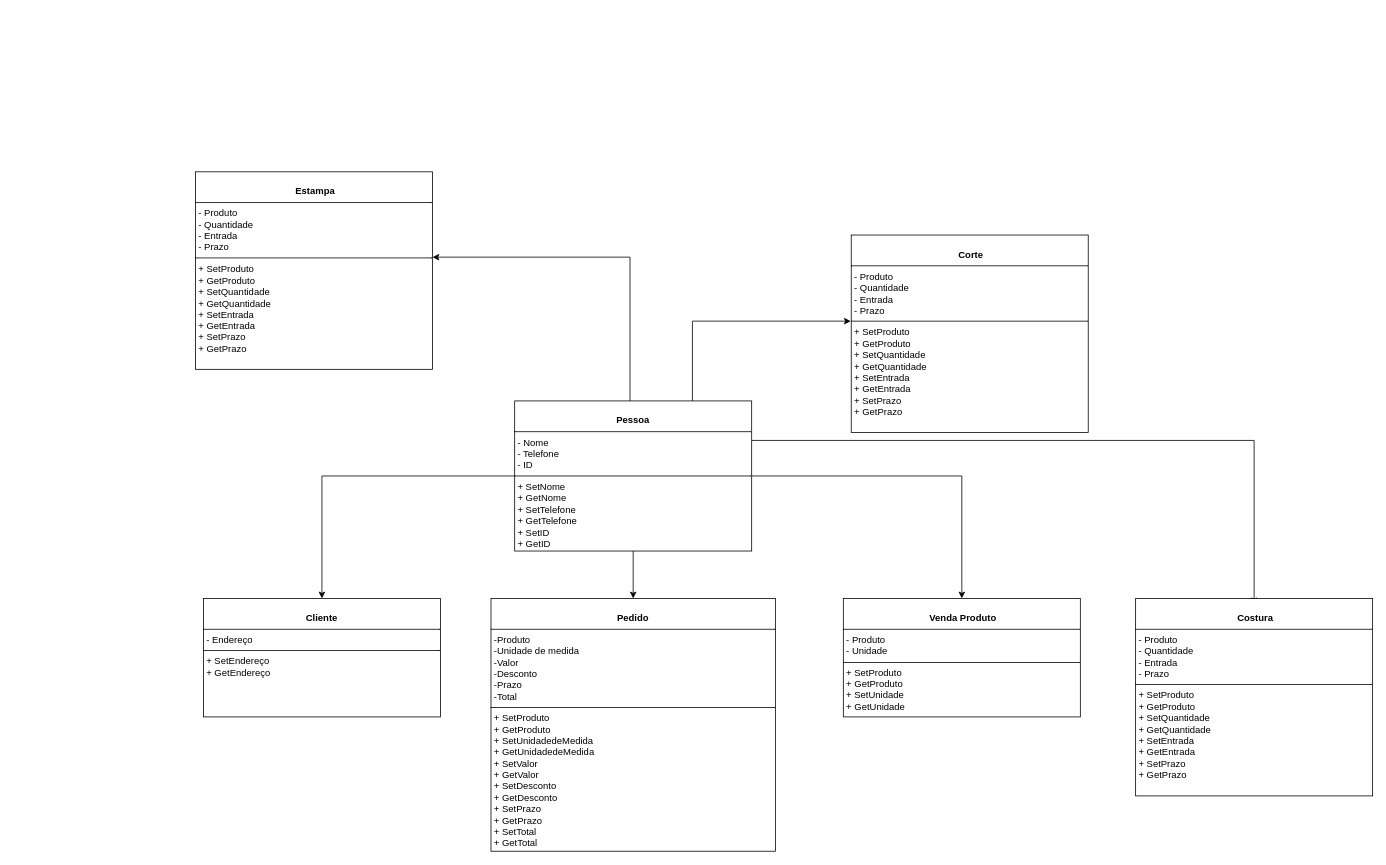
This is page "Página-1" (1 of 3) of DOC/classes.drawio from rafaelareisilva/avatar.app, a draw.io file, before an edit. Source tidied: cells renumbered, new cells numbered last; positions are measured from the earlier drawing's top-left corner, leaving out a move shared by most shapes. Both pictures are drawn from the tidied source at 79%, with x=0, y=0 at pixel (195, 171).
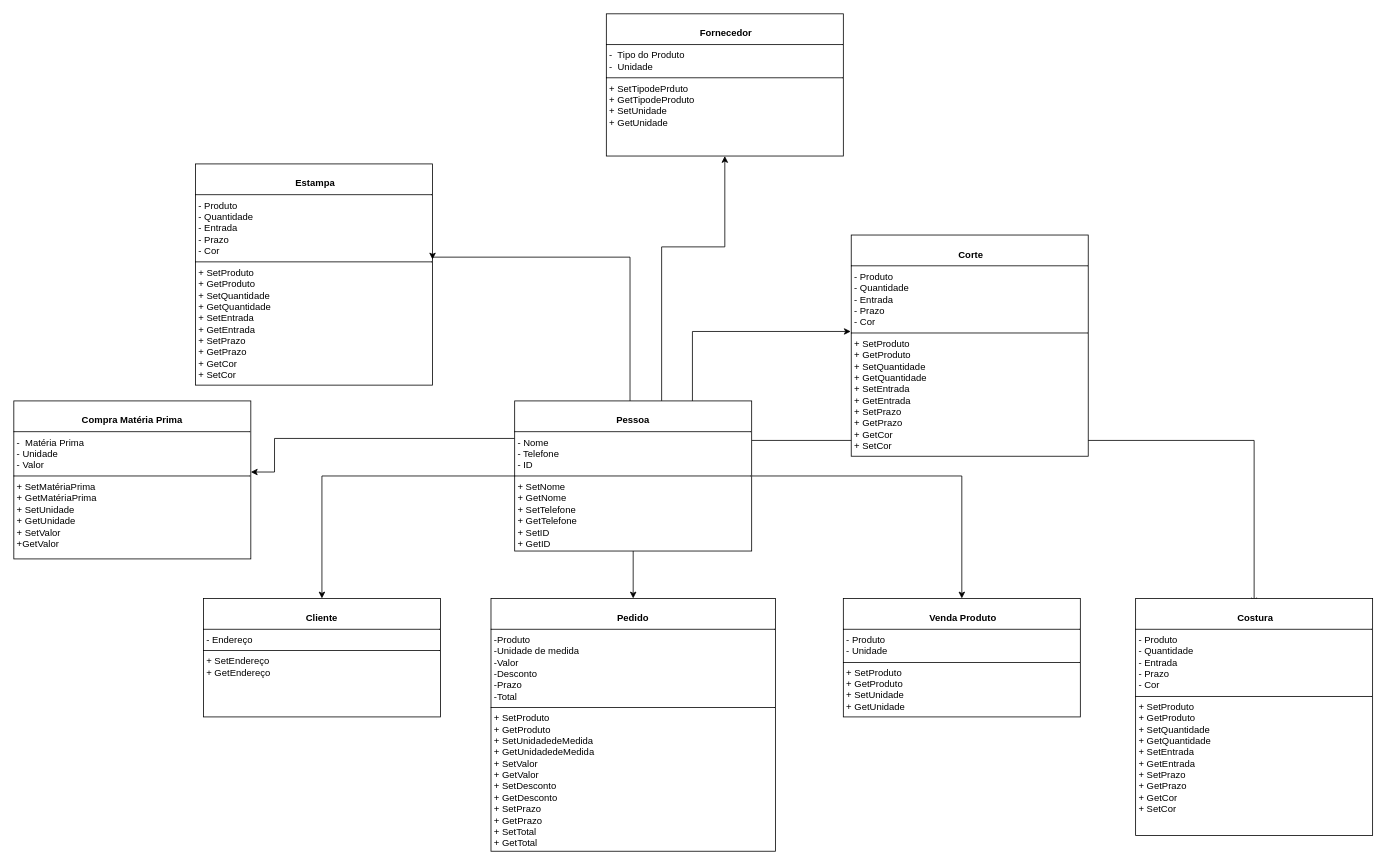
The same diagram, later.

Unchanged cells that the change refers to:
```xml
<mxCell id="6" value="&lt;p style=&quot;margin:0px;margin-top:4px;text-align:center;&quot;&gt;&lt;br&gt;&lt;b&gt;Pessoa&lt;/b&gt;&lt;/p&gt;&lt;hr size=&quot;1&quot; style=&quot;border-style:solid;&quot;&gt;&lt;p style=&quot;margin:0px;margin-left:4px;&quot;&gt;- Nome&lt;/p&gt;&lt;p style=&quot;margin:0px;margin-left:4px;&quot;&gt;- Telefone&lt;/p&gt;&lt;p style=&quot;margin:0px;margin-left:4px;&quot;&gt;- ID&lt;/p&gt;&lt;hr size=&quot;1&quot; style=&quot;border-style:solid;&quot;&gt;&lt;p style=&quot;margin:0px;margin-left:4px;&quot;&gt;+ SetNome&lt;br&gt;+ GetNome&lt;/p&gt;&lt;p style=&quot;margin:0px;margin-left:4px;&quot;&gt;+ SetTelefone&lt;/p&gt;&lt;p style=&quot;margin:0px;margin-left:4px;&quot;&gt;+ GetTelefone&lt;/p&gt;&lt;p style=&quot;margin:0px;margin-left:4px;&quot;&gt;+ SetID&lt;/p&gt;&lt;p style=&quot;margin:0px;margin-left:4px;&quot;&gt;+ GetID&lt;/p&gt;&lt;p style=&quot;margin:0px;margin-left:4px;&quot;&gt;&lt;br&gt;&lt;/p&gt;&lt;p style=&quot;margin:0px;margin-left:4px;&quot;&gt;&lt;br&gt;&lt;/p&gt;&lt;p style=&quot;margin:0px;margin-left:4px;&quot;&gt;&lt;br&gt;&lt;/p&gt;&lt;p style=&quot;margin:0px;margin-left:4px;&quot;&gt;&lt;br&gt;&lt;/p&gt;&lt;p style=&quot;margin:0px;margin-left:4px;&quot;&gt;&lt;br&gt;&lt;/p&gt;&lt;p style=&quot;margin:0px;margin-left:4px;&quot;&gt;&lt;br&gt;&lt;/p&gt;&lt;p style=&quot;margin:0px;margin-left:4px;&quot;&gt;&lt;br&gt;&lt;/p&gt;&lt;p style=&quot;margin:0px;margin-left:4px;&quot;&gt;&lt;br&gt;&lt;/p&gt;" style="verticalAlign=top;align=left;overflow=fill;html=1;whiteSpace=wrap;" parent="1" vertex="1">
  <mxGeometry x="404" y="290" width="300" height="190" as="geometry" />
</mxCell>
```

Diff of the diagram source:
```diff
@@
+    <mxCell id="16" style="edgeStyle=orthogonalEdgeStyle;rounded=0;jettySize=auto;html=1;entryX=0.5;entryY=1;entryDx=0;entryDy=0;" parent="1" edge="1" source="6" target="18">
+      <mxGeometry relative="1" as="geometry">
+        <Array as="points">
+          <mxPoint x="590" y="95" />
+          <mxPoint x="670" y="95" />
+        </Array>
+      </mxGeometry>
+    </mxCell>
+    <mxCell id="17" style="edgeStyle=orthogonalEdgeStyle;rounded=0;jettySize=auto;html=1;exitX=0;exitY=0.25;exitDx=0;exitDy=0;" parent="1" edge="1" source="6">
+      <mxGeometry relative="1" as="geometry">
+        <mxPoint x="70" y="380" as="targetPoint" />
+        <Array as="points">
+          <mxPoint x="100" y="338" />
+          <mxPoint x="100" y="380" />
+        </Array>
+      </mxGeometry>
+    </mxCell>
@@
-    <mxCell id="11" value="&lt;p style=&quot;margin:0px;margin-top:4px;text-align:center;&quot;&gt;&lt;br&gt;&lt;b&gt;&amp;nbsp;Costura&lt;/b&gt;&lt;/p&gt;&lt;hr size=&quot;1&quot; style=&quot;border-style:solid;&quot;&gt;&lt;p style=&quot;margin:0px;margin-left:4px;&quot;&gt;- Produto&lt;/p&gt;&lt;p style=&quot;margin:0px;margin-left:4px;&quot;&gt;- Quantidade&lt;/p&gt;&lt;p style=&quot;margin:0px;margin-left:4px;&quot;&gt;- Entrada&lt;/p&gt;&lt;p style=&quot;margin:0px;margin-left:4px;&quot;&gt;- Prazo&lt;/p&gt;&lt;hr size=&quot;1&quot; style=&quot;border-style:solid;&quot;&gt;&lt;p style=&quot;margin:0px;margin-left:4px;&quot;&gt;+ SetProduto&lt;br&gt;+ GetProduto&lt;/p&gt;&lt;p style=&quot;margin:0px;margin-left:4px;&quot;&gt;+ SetQuantidade&lt;/p&gt;&lt;p style=&quot;margin:0px;margin-left:4px;&quot;&gt;+ GetQuantidade&lt;/p&gt;&lt;p style=&quot;margin: 0px 0px 0px 4px;&quot;&gt;+ SetEntrada&lt;br&gt;+ GetEntrada&lt;/p&gt;&lt;p style=&quot;margin: 0px 0px 0px 4px;&quot;&gt;+ SetPrazo&lt;/p&gt;&lt;p style=&quot;margin: 0px 0px 0px 4px;&quot;&gt;+ GetPrazo&lt;/p&gt;&lt;p style=&quot;margin:0px;margin-left:4px;&quot;&gt;&lt;/p&gt;&lt;p style=&quot;margin: 0px 0px 0px 4px;&quot;&gt;&lt;br&gt;&lt;/p&gt;&lt;p style=&quot;margin:0px;margin-left:4px;&quot;&gt;&lt;br&gt;&lt;/p&gt;&lt;p style=&quot;margin:0px;margin-left:4px;&quot;&gt;&lt;br&gt;&lt;/p&gt;&lt;p style=&quot;margin:0px;margin-left:4px;&quot;&gt;&lt;br&gt;&lt;/p&gt;&lt;p style=&quot;margin:0px;margin-left:4px;&quot;&gt;&lt;br&gt;&lt;/p&gt;&lt;p style=&quot;margin:0px;margin-left:4px;&quot;&gt;&lt;br&gt;&lt;/p&gt;&lt;p style=&quot;margin:0px;margin-left:4px;&quot;&gt;&lt;br&gt;&lt;/p&gt;&lt;p style=&quot;margin:0px;margin-left:4px;&quot;&gt;&lt;br&gt;&lt;/p&gt;&lt;p style=&quot;margin:0px;margin-left:4px;&quot;&gt;&lt;br&gt;&lt;/p&gt;" style="verticalAlign=top;align=left;overflow=fill;html=1;whiteSpace=wrap;" parent="1" vertex="1">
-      <mxGeometry x="1190" y="540" width="300" height="250" as="geometry" />
+    <mxCell id="11" value="&lt;p style=&quot;margin:0px;margin-top:4px;text-align:center;&quot;&gt;&lt;br&gt;&lt;b&gt;&amp;nbsp;Costura&lt;/b&gt;&lt;/p&gt;&lt;hr size=&quot;1&quot; style=&quot;border-style:solid;&quot;&gt;&lt;p style=&quot;margin:0px;margin-left:4px;&quot;&gt;- Produto&lt;/p&gt;&lt;p style=&quot;margin:0px;margin-left:4px;&quot;&gt;- Quantidade&lt;/p&gt;&lt;p style=&quot;margin:0px;margin-left:4px;&quot;&gt;- Entrada&lt;/p&gt;&lt;p style=&quot;margin:0px;margin-left:4px;&quot;&gt;- Prazo&lt;/p&gt;&lt;p style=&quot;margin:0px;margin-left:4px;&quot;&gt;- Cor&lt;/p&gt;&lt;hr size=&quot;1&quot; style=&quot;border-style:solid;&quot;&gt;&lt;p style=&quot;margin:0px;margin-left:4px;&quot;&gt;+ SetProduto&lt;br&gt;+ GetProduto&lt;/p&gt;&lt;p style=&quot;margin:0px;margin-left:4px;&quot;&gt;+ SetQuantidade&lt;/p&gt;&lt;p style=&quot;margin:0px;margin-left:4px;&quot;&gt;+ GetQuantidade&lt;/p&gt;&lt;p style=&quot;margin: 0px 0px 0px 4px;&quot;&gt;+ SetEntrada&lt;br&gt;+ GetEntrada&lt;/p&gt;&lt;p style=&quot;margin: 0px 0px 0px 4px;&quot;&gt;+ SetPrazo&lt;/p&gt;&lt;p style=&quot;margin: 0px 0px 0px 4px;&quot;&gt;+ GetPrazo&lt;/p&gt;&lt;p style=&quot;margin: 0px 0px 0px 4px;&quot;&gt;+ GetCor&lt;/p&gt;&lt;p style=&quot;margin: 0px 0px 0px 4px;&quot;&gt;+ SetCor&lt;/p&gt;&lt;p style=&quot;margin:0px;margin-left:4px;&quot;&gt;&lt;/p&gt;&lt;p style=&quot;margin: 0px 0px 0px 4px;&quot;&gt;&lt;br&gt;&lt;/p&gt;&lt;p style=&quot;margin:0px;margin-left:4px;&quot;&gt;&lt;br&gt;&lt;/p&gt;&lt;p style=&quot;margin:0px;margin-left:4px;&quot;&gt;&lt;br&gt;&lt;/p&gt;&lt;p style=&quot;margin:0px;margin-left:4px;&quot;&gt;&lt;br&gt;&lt;/p&gt;&lt;p style=&quot;margin:0px;margin-left:4px;&quot;&gt;&lt;br&gt;&lt;/p&gt;&lt;p style=&quot;margin:0px;margin-left:4px;&quot;&gt;&lt;br&gt;&lt;/p&gt;&lt;p style=&quot;margin:0px;margin-left:4px;&quot;&gt;&lt;br&gt;&lt;/p&gt;&lt;p style=&quot;margin:0px;margin-left:4px;&quot;&gt;&lt;br&gt;&lt;/p&gt;&lt;p style=&quot;margin:0px;margin-left:4px;&quot;&gt;&lt;br&gt;&lt;/p&gt;" style="verticalAlign=top;align=left;overflow=fill;html=1;whiteSpace=wrap;" parent="1" vertex="1">
+      <mxGeometry x="1190" y="540" width="300" height="300" as="geometry" />
     </mxCell>
-    <mxCell id="12" value="&lt;p style=&quot;margin:0px;margin-top:4px;text-align:center;&quot;&gt;&lt;br&gt;&lt;b&gt;&amp;nbsp;Corte&lt;/b&gt;&lt;/p&gt;&lt;hr size=&quot;1&quot; style=&quot;border-style:solid;&quot;&gt;&lt;p style=&quot;margin:0px;margin-left:4px;&quot;&gt;- Produto&lt;/p&gt;&lt;p style=&quot;margin:0px;margin-left:4px;&quot;&gt;- Quantidade&lt;/p&gt;&lt;p style=&quot;margin:0px;margin-left:4px;&quot;&gt;- Entrada&lt;/p&gt;&lt;p style=&quot;margin:0px;margin-left:4px;&quot;&gt;- Prazo&lt;/p&gt;&lt;hr size=&quot;1&quot; style=&quot;border-style:solid;&quot;&gt;&lt;p style=&quot;margin:0px;margin-left:4px;&quot;&gt;+ SetProduto&lt;br&gt;+ GetProduto&lt;/p&gt;&lt;p style=&quot;margin:0px;margin-left:4px;&quot;&gt;+ SetQuantidade&lt;/p&gt;&lt;p style=&quot;margin:0px;margin-left:4px;&quot;&gt;+ GetQuantidade&lt;/p&gt;&lt;p style=&quot;margin: 0px 0px 0px 4px;&quot;&gt;+ SetEntrada&lt;br&gt;+ GetEntrada&lt;/p&gt;&lt;p style=&quot;margin: 0px 0px 0px 4px;&quot;&gt;+ SetPrazo&lt;/p&gt;&lt;p style=&quot;margin: 0px 0px 0px 4px;&quot;&gt;+ GetPrazo&lt;/p&gt;&lt;p style=&quot;margin:0px;margin-left:4px;&quot;&gt;&lt;/p&gt;&lt;p style=&quot;margin: 0px 0px 0px 4px;&quot;&gt;&lt;br&gt;&lt;/p&gt;&lt;p style=&quot;margin:0px;margin-left:4px;&quot;&gt;&lt;br&gt;&lt;/p&gt;&lt;p style=&quot;margin:0px;margin-left:4px;&quot;&gt;&lt;br&gt;&lt;/p&gt;&lt;p style=&quot;margin:0px;margin-left:4px;&quot;&gt;&lt;br&gt;&lt;/p&gt;&lt;p style=&quot;margin:0px;margin-left:4px;&quot;&gt;&lt;br&gt;&lt;/p&gt;&lt;p style=&quot;margin:0px;margin-left:4px;&quot;&gt;&lt;br&gt;&lt;/p&gt;&lt;p style=&quot;margin:0px;margin-left:4px;&quot;&gt;&lt;br&gt;&lt;/p&gt;&lt;p style=&quot;margin:0px;margin-left:4px;&quot;&gt;&lt;br&gt;&lt;/p&gt;&lt;p style=&quot;margin:0px;margin-left:4px;&quot;&gt;&lt;br&gt;&lt;/p&gt;" style="verticalAlign=top;align=left;overflow=fill;html=1;whiteSpace=wrap;" parent="1" vertex="1">
-      <mxGeometry x="830" y="80" width="300" height="250" as="geometry" />
+    <mxCell id="12" value="&lt;p style=&quot;margin:0px;margin-top:4px;text-align:center;&quot;&gt;&lt;br&gt;&lt;b&gt;&amp;nbsp;Corte&lt;/b&gt;&lt;/p&gt;&lt;hr size=&quot;1&quot; style=&quot;border-style:solid;&quot;&gt;&lt;p style=&quot;margin:0px;margin-left:4px;&quot;&gt;- Produto&lt;/p&gt;&lt;p style=&quot;margin:0px;margin-left:4px;&quot;&gt;- Quantidade&lt;/p&gt;&lt;p style=&quot;margin:0px;margin-left:4px;&quot;&gt;- Entrada&lt;/p&gt;&lt;p style=&quot;margin:0px;margin-left:4px;&quot;&gt;- Prazo&lt;/p&gt;&lt;p style=&quot;margin:0px;margin-left:4px;&quot;&gt;- Cor&lt;/p&gt;&lt;hr size=&quot;1&quot; style=&quot;border-style:solid;&quot;&gt;&lt;p style=&quot;margin:0px;margin-left:4px;&quot;&gt;+ SetProduto&lt;br&gt;+ GetProduto&lt;/p&gt;&lt;p style=&quot;margin:0px;margin-left:4px;&quot;&gt;+ SetQuantidade&lt;/p&gt;&lt;p style=&quot;margin:0px;margin-left:4px;&quot;&gt;+ GetQuantidade&lt;/p&gt;&lt;p style=&quot;margin: 0px 0px 0px 4px;&quot;&gt;+ SetEntrada&lt;br&gt;+ GetEntrada&lt;/p&gt;&lt;p style=&quot;margin: 0px 0px 0px 4px;&quot;&gt;+ SetPrazo&lt;/p&gt;&lt;p style=&quot;margin: 0px 0px 0px 4px;&quot;&gt;+ GetPrazo&lt;/p&gt;&lt;p style=&quot;margin: 0px 0px 0px 4px;&quot;&gt;+ GetCor&lt;/p&gt;&lt;p style=&quot;margin: 0px 0px 0px 4px;&quot;&gt;+ SetCor&lt;/p&gt;&lt;p style=&quot;margin: 0px 0px 0px 4px;&quot;&gt;&lt;/p&gt;&lt;p style=&quot;margin: 0px 0px 0px 4px;&quot;&gt;&lt;br&gt;&lt;/p&gt;&lt;p&gt;&lt;/p&gt;&lt;p style=&quot;forced-color-adjust: none; margin: 0px 0px 0px 4px;&quot;&gt;&lt;font style=&quot;forced-color-adjust: none; vertical-align: inherit;&quot;&gt;&lt;font style=&quot;forced-color-adjust: none; vertical-align: inherit;&quot;&gt;&lt;/font&gt;&lt;/font&gt;&lt;/p&gt;&lt;p style=&quot;margin:0px;margin-left:4px;&quot;&gt;&lt;/p&gt;&lt;p style=&quot;margin: 0px 0px 0px 4px;&quot;&gt;&lt;br&gt;&lt;/p&gt;&lt;p style=&quot;margin:0px;margin-left:4px;&quot;&gt;&lt;br&gt;&lt;/p&gt;&lt;p style=&quot;margin:0px;margin-left:4px;&quot;&gt;&lt;br&gt;&lt;/p&gt;&lt;p style=&quot;margin:0px;margin-left:4px;&quot;&gt;&lt;br&gt;&lt;/p&gt;&lt;p style=&quot;margin:0px;margin-left:4px;&quot;&gt;&lt;br&gt;&lt;/p&gt;&lt;p style=&quot;margin:0px;margin-left:4px;&quot;&gt;&lt;br&gt;&lt;/p&gt;&lt;p style=&quot;margin:0px;margin-left:4px;&quot;&gt;&lt;br&gt;&lt;/p&gt;&lt;p style=&quot;margin:0px;margin-left:4px;&quot;&gt;&lt;br&gt;&lt;/p&gt;&lt;p style=&quot;margin:0px;margin-left:4px;&quot;&gt;&lt;br&gt;&lt;/p&gt;" style="verticalAlign=top;align=left;overflow=fill;html=1;whiteSpace=wrap;" parent="1" vertex="1">
+      <mxGeometry x="830" y="80" width="300" height="280" as="geometry" />
     </mxCell>
-    <mxCell id="13" value="&lt;p style=&quot;margin:0px;margin-top:4px;text-align:center;&quot;&gt;&lt;br&gt;&lt;b&gt;&amp;nbsp;Estampa&lt;/b&gt;&lt;/p&gt;&lt;hr size=&quot;1&quot; style=&quot;border-style:solid;&quot;&gt;&lt;p style=&quot;margin:0px;margin-left:4px;&quot;&gt;- Produto&lt;/p&gt;&lt;p style=&quot;margin:0px;margin-left:4px;&quot;&gt;- Quantidade&lt;/p&gt;&lt;p style=&quot;margin:0px;margin-left:4px;&quot;&gt;- Entrada&lt;/p&gt;&lt;p style=&quot;margin:0px;margin-left:4px;&quot;&gt;- Prazo&lt;/p&gt;&lt;hr size=&quot;1&quot; style=&quot;border-style:solid;&quot;&gt;&lt;p style=&quot;margin:0px;margin-left:4px;&quot;&gt;+ SetProduto&lt;br&gt;+ GetProduto&lt;/p&gt;&lt;p style=&quot;margin:0px;margin-left:4px;&quot;&gt;+ SetQuantidade&lt;/p&gt;&lt;p style=&quot;margin:0px;margin-left:4px;&quot;&gt;+ GetQuantidade&lt;/p&gt;&lt;p style=&quot;margin: 0px 0px 0px 4px;&quot;&gt;+ SetEntrada&lt;br&gt;+ GetEntrada&lt;/p&gt;&lt;p style=&quot;margin: 0px 0px 0px 4px;&quot;&gt;+ SetPrazo&lt;/p&gt;&lt;p style=&quot;margin: 0px 0px 0px 4px;&quot;&gt;+ GetPrazo&lt;/p&gt;&lt;p style=&quot;margin:0px;margin-left:4px;&quot;&gt;&lt;/p&gt;&lt;p style=&quot;margin: 0px 0px 0px 4px;&quot;&gt;&lt;br&gt;&lt;/p&gt;&lt;p style=&quot;margin:0px;margin-left:4px;&quot;&gt;&lt;br&gt;&lt;/p&gt;&lt;p style=&quot;margin:0px;margin-left:4px;&quot;&gt;&lt;br&gt;&lt;/p&gt;&lt;p style=&quot;margin:0px;margin-left:4px;&quot;&gt;&lt;br&gt;&lt;/p&gt;&lt;p style=&quot;margin:0px;margin-left:4px;&quot;&gt;&lt;br&gt;&lt;/p&gt;&lt;p style=&quot;margin:0px;margin-left:4px;&quot;&gt;&lt;br&gt;&lt;/p&gt;&lt;p style=&quot;margin:0px;margin-left:4px;&quot;&gt;&lt;br&gt;&lt;/p&gt;&lt;p style=&quot;margin:0px;margin-left:4px;&quot;&gt;&lt;br&gt;&lt;/p&gt;&lt;p style=&quot;margin:0px;margin-left:4px;&quot;&gt;&lt;br&gt;&lt;/p&gt;" style="verticalAlign=top;align=left;overflow=fill;html=1;whiteSpace=wrap;" parent="1" vertex="1">
-      <mxGeometry width="300" height="250" as="geometry" />
+    <mxCell id="13" value="&lt;p style=&quot;margin:0px;margin-top:4px;text-align:center;&quot;&gt;&lt;br&gt;&lt;b&gt;&amp;nbsp;Estampa&lt;/b&gt;&lt;/p&gt;&lt;hr size=&quot;1&quot; style=&quot;border-style:solid;&quot;&gt;&lt;p style=&quot;margin:0px;margin-left:4px;&quot;&gt;- Produto&lt;/p&gt;&lt;p style=&quot;margin:0px;margin-left:4px;&quot;&gt;- Quantidade&lt;/p&gt;&lt;p style=&quot;margin:0px;margin-left:4px;&quot;&gt;- Entrada&lt;/p&gt;&lt;p style=&quot;margin:0px;margin-left:4px;&quot;&gt;- Prazo&lt;/p&gt;&lt;p style=&quot;margin:0px;margin-left:4px;&quot;&gt;- Cor&lt;/p&gt;&lt;hr size=&quot;1&quot; style=&quot;border-style:solid;&quot;&gt;&lt;p style=&quot;margin:0px;margin-left:4px;&quot;&gt;+ SetProduto&lt;br&gt;+ GetProduto&lt;/p&gt;&lt;p style=&quot;margin:0px;margin-left:4px;&quot;&gt;+ SetQuantidade&lt;/p&gt;&lt;p style=&quot;margin:0px;margin-left:4px;&quot;&gt;+ GetQuantidade&lt;/p&gt;&lt;p style=&quot;margin: 0px 0px 0px 4px;&quot;&gt;+ SetEntrada&lt;br&gt;+ GetEntrada&lt;/p&gt;&lt;p style=&quot;margin: 0px 0px 0px 4px;&quot;&gt;+ SetPrazo&lt;/p&gt;&lt;p style=&quot;margin: 0px 0px 0px 4px;&quot;&gt;+ GetPrazo&lt;/p&gt;&lt;p style=&quot;margin: 0px 0px 0px 4px;&quot;&gt;+ GetCor&lt;/p&gt;&lt;p style=&quot;margin: 0px 0px 0px 4px;&quot;&gt;+ SetCor&lt;/p&gt;&lt;p style=&quot;margin: 0px 0px 0px 4px;&quot;&gt;&lt;/p&gt;&lt;p style=&quot;margin: 0px 0px 0px 4px;&quot;&gt;&lt;br&gt;&lt;/p&gt;&lt;p&gt;&lt;/p&gt;&lt;p style=&quot;forced-color-adjust: none; margin: 0px 0px 0px 4px;&quot;&gt;&lt;font style=&quot;forced-color-adjust: none; vertical-align: inherit;&quot;&gt;&lt;font style=&quot;forced-color-adjust: none; vertical-align: inherit;&quot;&gt;&lt;/font&gt;&lt;/font&gt;&lt;/p&gt;&lt;p style=&quot;margin:0px;margin-left:4px;&quot;&gt;&lt;/p&gt;&lt;p style=&quot;margin: 0px 0px 0px 4px;&quot;&gt;&lt;br&gt;&lt;/p&gt;&lt;p style=&quot;margin:0px;margin-left:4px;&quot;&gt;&lt;br&gt;&lt;/p&gt;&lt;p style=&quot;margin:0px;margin-left:4px;&quot;&gt;&lt;br&gt;&lt;/p&gt;&lt;p style=&quot;margin:0px;margin-left:4px;&quot;&gt;&lt;br&gt;&lt;/p&gt;&lt;p style=&quot;margin:0px;margin-left:4px;&quot;&gt;&lt;br&gt;&lt;/p&gt;&lt;p style=&quot;margin:0px;margin-left:4px;&quot;&gt;&lt;br&gt;&lt;/p&gt;&lt;p style=&quot;margin:0px;margin-left:4px;&quot;&gt;&lt;br&gt;&lt;/p&gt;&lt;p style=&quot;margin:0px;margin-left:4px;&quot;&gt;&lt;br&gt;&lt;/p&gt;&lt;p style=&quot;margin:0px;margin-left:4px;&quot;&gt;&lt;br&gt;&lt;/p&gt;" style="verticalAlign=top;align=left;overflow=fill;html=1;whiteSpace=wrap;" parent="1" vertex="1">
+      <mxGeometry y="-10" width="300" height="280" as="geometry" />
     </mxCell>
@@
+    <mxCell id="18" value="&lt;p style=&quot;margin:0px;margin-top:4px;text-align:center;&quot;&gt;&lt;br&gt;&lt;b&gt;&amp;nbsp;Fornecedor&lt;/b&gt;&lt;/p&gt;&lt;hr size=&quot;1&quot; style=&quot;border-style:solid;&quot;&gt;&lt;p style=&quot;margin:0px;margin-left:4px;&quot;&gt;-&amp;nbsp; Tipo do Produto&lt;/p&gt;&lt;p style=&quot;margin:0px;margin-left:4px;&quot;&gt;-&amp;nbsp; Unidade&lt;/p&gt;&lt;hr size=&quot;1&quot; style=&quot;border-style:solid;&quot;&gt;&lt;p style=&quot;margin:0px;margin-left:4px;&quot;&gt;+ SetTipodePrduto&lt;br&gt;+ GetTipodeProduto&lt;/p&gt;&lt;p style=&quot;margin:0px;margin-left:4px;&quot;&gt;+ SetUnidade&lt;/p&gt;&lt;p style=&quot;margin:0px;margin-left:4px;&quot;&gt;+ Get&lt;span style=&quot;background-color: initial;&quot;&gt;Unidade&lt;/span&gt;&lt;/p&gt;&lt;p style=&quot;margin: 0px 0px 0px 4px;&quot;&gt;&lt;br&gt;&lt;/p&gt;&lt;p style=&quot;margin:0px;margin-left:4px;&quot;&gt;&lt;br&gt;&lt;/p&gt;&lt;p style=&quot;margin:0px;margin-left:4px;&quot;&gt;&lt;br&gt;&lt;/p&gt;&lt;p style=&quot;margin:0px;margin-left:4px;&quot;&gt;&lt;br&gt;&lt;/p&gt;&lt;p style=&quot;margin:0px;margin-left:4px;&quot;&gt;&lt;br&gt;&lt;/p&gt;&lt;p style=&quot;margin:0px;margin-left:4px;&quot;&gt;&lt;br&gt;&lt;/p&gt;&lt;p style=&quot;margin:0px;margin-left:4px;&quot;&gt;&lt;br&gt;&lt;/p&gt;&lt;p style=&quot;margin:0px;margin-left:4px;&quot;&gt;&lt;br&gt;&lt;/p&gt;&lt;p style=&quot;margin:0px;margin-left:4px;&quot;&gt;&lt;br&gt;&lt;/p&gt;" style="verticalAlign=top;align=left;overflow=fill;html=1;whiteSpace=wrap;" parent="1" vertex="1">
+      <mxGeometry x="520" y="-200" width="300" height="180" as="geometry" />
+    </mxCell>
+    <mxCell id="19" value="&lt;p style=&quot;margin:0px;margin-top:4px;text-align:center;&quot;&gt;&lt;br&gt;&lt;b&gt;Compra Matéria Prima&lt;/b&gt;&lt;/p&gt;&lt;hr size=&quot;1&quot; style=&quot;border-style:solid;&quot;&gt;&lt;p style=&quot;margin:0px;margin-left:4px;&quot;&gt;-&amp;nbsp; Matéria Prima&lt;/p&gt;&lt;p style=&quot;margin:0px;margin-left:4px;&quot;&gt;- Unidade&lt;/p&gt;&lt;p style=&quot;margin:0px;margin-left:4px;&quot;&gt;- Valor&lt;/p&gt;&lt;hr size=&quot;1&quot; style=&quot;border-style:solid;&quot;&gt;&lt;p style=&quot;margin:0px;margin-left:4px;&quot;&gt;+ SetMatériaPrima&lt;br&gt;+ GetMatériaPrima&lt;/p&gt;&lt;p style=&quot;margin:0px;margin-left:4px;&quot;&gt;+ SetUnidade&lt;/p&gt;&lt;p style=&quot;margin:0px;margin-left:4px;&quot;&gt;+ Get&lt;span style=&quot;background-color: initial;&quot;&gt;Unidade&lt;/span&gt;&lt;/p&gt;&lt;p style=&quot;margin:0px;margin-left:4px;&quot;&gt;&lt;span style=&quot;background-color: initial;&quot;&gt;+ SetValor&lt;/span&gt;&lt;/p&gt;&lt;p style=&quot;margin:0px;margin-left:4px;&quot;&gt;&lt;span style=&quot;background-color: initial;&quot;&gt;+GetValor&lt;/span&gt;&lt;/p&gt;&lt;p style=&quot;margin: 0px 0px 0px 4px;&quot;&gt;&lt;br&gt;&lt;/p&gt;&lt;p style=&quot;margin:0px;margin-left:4px;&quot;&gt;&lt;br&gt;&lt;/p&gt;&lt;p style=&quot;margin:0px;margin-left:4px;&quot;&gt;&lt;br&gt;&lt;/p&gt;&lt;p style=&quot;margin:0px;margin-left:4px;&quot;&gt;&lt;br&gt;&lt;/p&gt;&lt;p style=&quot;margin:0px;margin-left:4px;&quot;&gt;&lt;br&gt;&lt;/p&gt;&lt;p style=&quot;margin:0px;margin-left:4px;&quot;&gt;&lt;br&gt;&lt;/p&gt;&lt;p style=&quot;margin:0px;margin-left:4px;&quot;&gt;&lt;br&gt;&lt;/p&gt;&lt;p style=&quot;margin:0px;margin-left:4px;&quot;&gt;&lt;br&gt;&lt;/p&gt;&lt;p style=&quot;margin:0px;margin-left:4px;&quot;&gt;&lt;br&gt;&lt;/p&gt;" style="verticalAlign=top;align=left;overflow=fill;html=1;whiteSpace=wrap;" parent="1" vertex="1">
+      <mxGeometry x="-230" y="290" width="300" height="200" as="geometry" />
+    </mxCell>
```
